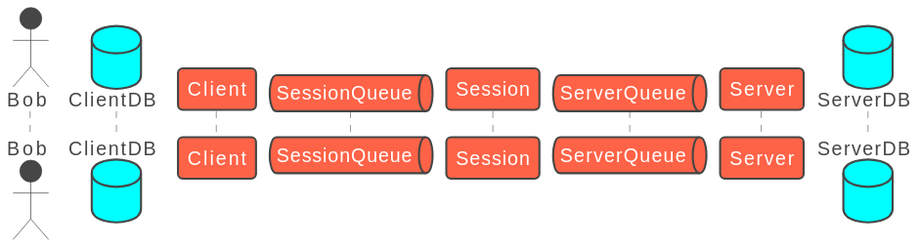
mchlebosz/IPC-Chat-Service keeps this PlantUML diagram as out/addFriend.svg. Above is the earlier version. Source of this version:
```plantuml
@startuml
!theme vibrant from https://raw.githubusercontent.com/plantuml/plantuml/master/themes
autonumber


actor Bob as User
database ClientDB
participant Client
queue SessionQueue
participant  Session
queue ServerQueue
participant Server
database ServerDB
@enduml
```
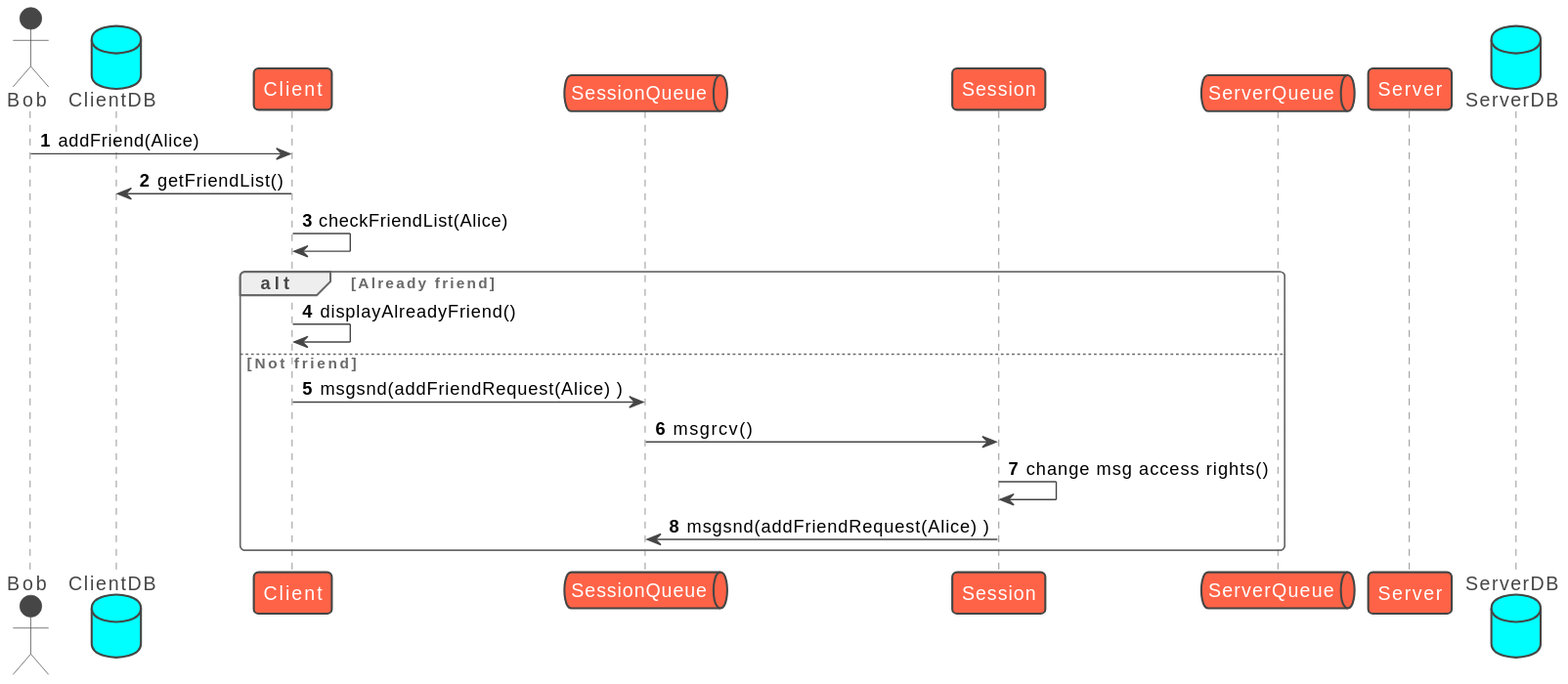
The same file after the commit.

The edit, as a diff of the source:
```diff
@@ -11,4 +11,19 @@
 queue ServerQueue
 participant Server
 database ServerDB
+
+User -> Client : addFriend(Alice)
+Client -> ClientDB : getFriendList()
+Client -> Client : checkFriendList(Alice)
+alt Already friend
+    Client -> Client : displayAlreadyFriend()
+else Not friend
+    Client -> SessionQueue : msgsnd(addFriendRequest(Alice) )
+    SessionQueue -> Session : msgrcv()
+    Session -> Session : change msg access rights()
+    Session -> SessionQueue : msgsnd(addFriendRequest(Alice) )
+
+
+
+end
 @enduml
```
